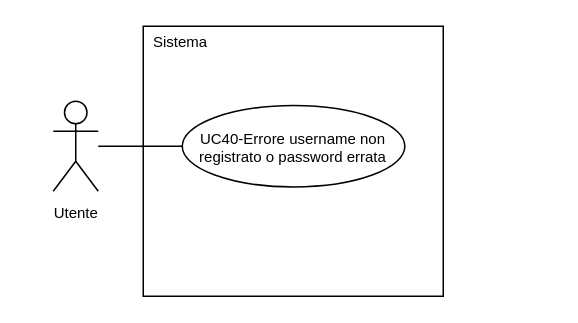
Before: 2-RTB/Documenti_esterni/Analisi_dei_requisiti/draw.io/UC40.drawio in SnakeByteTeam/snakebyteteam.github.io, a draw.io diagram. Source tidied: cells renumbered, new cells numbered last; positions are measured from the earlier drawing's top-left corner, leaving out a move shared by most shapes. Both pictures are drawn from the tidied source at 150%, with x=0, y=0 at pixel (52, 26).
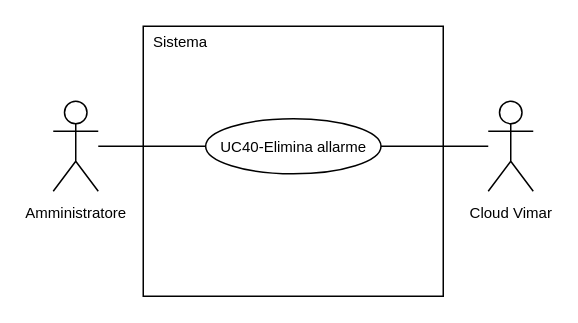
The same diagram, later.

What changed in the source:
```diff
@@
 <mxGraphModel>
   <root>
     <mxCell id="0" />
     <mxCell id="1" parent="0" />
-    <mxCell id="2" value="&lt;font style=&quot;font-size: 10px; line-height: 100%;&quot;&gt;Utente&lt;/font&gt;" style="shape=umlActor;verticalLabelPosition=bottom;verticalAlign=top;html=1;outlineConnect=0;" parent="1" vertex="1">
+    <mxCell id="2" value="&lt;font style=&quot;font-size: 10px; line-height: 100%;&quot;&gt;Amministratore&lt;/font&gt;" style="shape=umlActor;verticalLabelPosition=bottom;verticalAlign=top;html=1;outlineConnect=0;" parent="1" vertex="1">
       <mxGeometry y="50" width="30" height="60" as="geometry" />
     </mxCell>
     <mxCell id="3" style="rounded=0;whiteSpace=wrap;html=1;" parent="1" vertex="1">
       <mxGeometry x="60" width="200" height="180" as="geometry" />
     </mxCell>
     <mxCell id="4" style="edgeStyle=orthogonalEdgeStyle;rounded=0;jettySize=auto;html=1;exitX=0;exitY=0.5;exitDx=0;exitDy=0;endArrow=none;endFill=0;" parent="1" edge="1" source="5" target="2">
       <mxGeometry relative="1" as="geometry" />
     </mxCell>
-    <mxCell id="5" value="&lt;div style=&quot;line-height: 100%;&quot;&gt;&lt;font style=&quot;line-height: 100%; font-size: 10px;&quot;&gt;UC40-Errore username non registrato o password errata&lt;/font&gt;&lt;/div&gt;" style="ellipse;whiteSpace=wrap;html=1;" parent="1" vertex="1">
-      <mxGeometry x="86" y="52.9" width="148.4" height="54.2" as="geometry" />
+    <mxCell id="5" value="&lt;div style=&quot;line-height: 100%;&quot;&gt;&lt;font style=&quot;line-height: 100%; font-size: 10px;&quot;&gt;UC40-Elimina&amp;nbsp;&lt;/font&gt;&lt;span style=&quot;font-size: 10px; background-color: transparent; color: light-dark(rgb(0, 0, 0), rgb(255, 255, 255));&quot;&gt;allarme&lt;/span&gt;&lt;/div&gt;" style="ellipse;whiteSpace=wrap;html=1;" parent="1" vertex="1">
+      <mxGeometry x="101.6" y="61.6" width="116.9" height="36.8" as="geometry" />
     </mxCell>
     <mxCell id="6" value="&lt;font style=&quot;font-size: 10px;&quot;&gt;Sistema&lt;/font&gt;" style="text;html=1;whiteSpace=wrap;strokeColor=none;fillColor=none;align=center;verticalAlign=middle;rounded=0;" parent="1" vertex="1">
       <mxGeometry x="60" width="50" height="20" as="geometry" />
     </mxCell>
+    <mxCell id="7" style="rounded=0;jettySize=auto;html=1;entryX=1;entryY=0.5;entryDx=0;entryDy=0;endArrow=none;endFill=0;" parent="1" edge="1" source="8" target="5">
+      <mxGeometry relative="1" as="geometry" />
+    </mxCell>
+    <mxCell id="8" value="&lt;span style=&quot;font-size: 10px;&quot;&gt;Cloud Vimar&lt;/span&gt;" style="shape=umlActor;verticalLabelPosition=bottom;verticalAlign=top;html=1;outlineConnect=0;" parent="1" vertex="1">
+      <mxGeometry x="290" y="50" width="30" height="60" as="geometry" />
+    </mxCell>
   </root>
 </mxGraphModel>
```
